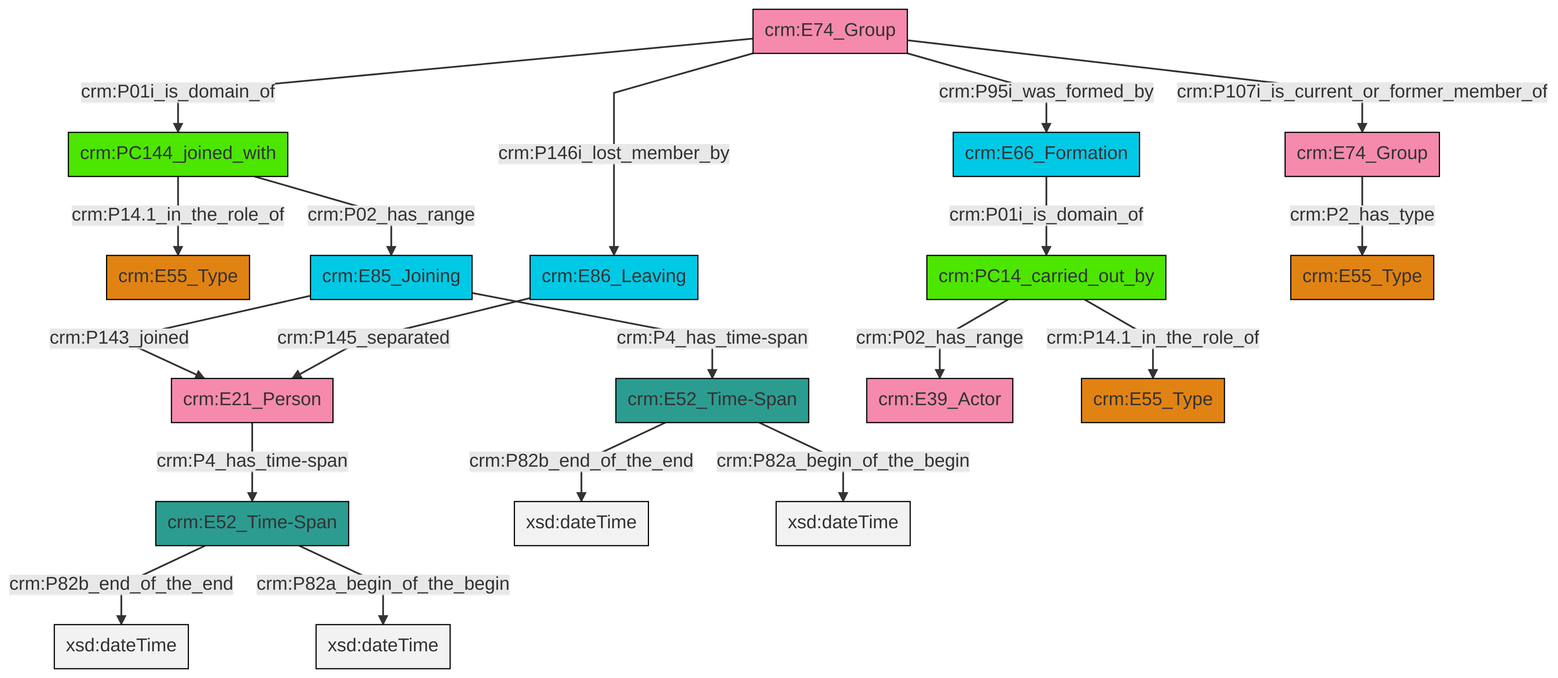
The Mermaid diagram et/groupCSV/ttl/mmd/png/group_actor_relations.png in swiss-art-research-net/docs.swissartresearch, before a commit. Its source is kept beside it as et/groupCSV/ttl/mmd/group_actor_relations.ttl.mmd. The source it was exported from:
```mermaid
graph TD
classDef Literal fill:#f2f2f2,stroke:#000000;
classDef CRM_Entity fill:#FFFFFF,stroke:#000000;
classDef Temporal_Entity fill:#00C9E6, stroke:#000000;
classDef Type fill:#E18312, stroke:#000000;
classDef Time-Span fill:#2C9C91, stroke:#000000;
classDef Appellation fill:#FFEB7F, stroke:#000000;
classDef Place fill:#008836, stroke:#000000;
classDef Persistent_Item fill:#B266B2, stroke:#000000;
classDef Conceptual_Object fill:#FFD700, stroke:#000000;
classDef Physical_Thing fill:#D2B48C, stroke:#000000;
classDef Actor fill:#f58aad, stroke:#000000;
classDef PC_Classes fill:#4ce600, stroke:#000000;
classDef Multi fill:#cccccc,stroke:#000000;

2["crm:E52_Time-Span"]:::Time-Span -->|crm:P82b_end_of_the_end| 3[xsd:dateTime]:::Literal
4["crm:PC144_joined_with"]:::PC_Classes -->|crm:P14.1_in_the_role_of| 5["crm:E55_Type"]:::Type
7["crm:E74_Group"]:::Actor -->|crm:P01i_is_domain_of| 4["crm:PC144_joined_with"]:::PC_Classes
2["crm:E52_Time-Span"]:::Time-Span -->|crm:P82a_begin_of_the_begin| 8[xsd:dateTime]:::Literal
4["crm:PC144_joined_with"]:::PC_Classes -->|crm:P02_has_range| 12["crm:E85_Joining"]:::Temporal_Entity
7["crm:E74_Group"]:::Actor -->|crm:P146i_lost_member_by| 16["crm:E86_Leaving"]:::Temporal_Entity
19["crm:PC14_carried_out_by"]:::PC_Classes -->|crm:P02_has_range| 20["crm:E39_Actor"]:::Actor
14["crm:E21_Person"]:::Actor -->|crm:P4_has_time-span| 2["crm:E52_Time-Span"]:::Time-Span
7["crm:E74_Group"]:::Actor -->|crm:P95i_was_formed_by| 21["crm:E66_Formation"]:::Temporal_Entity
12["crm:E85_Joining"]:::Temporal_Entity -->|crm:P143_joined| 14["crm:E21_Person"]:::Actor
7["crm:E74_Group"]:::Actor -->|crm:P107i_is_current_or_former_member_of| 9["crm:E74_Group"]:::Actor
21["crm:E66_Formation"]:::Temporal_Entity -->|crm:P01i_is_domain_of| 19["crm:PC14_carried_out_by"]:::PC_Classes
12["crm:E85_Joining"]:::Temporal_Entity -->|crm:P4_has_time-span| 0["crm:E52_Time-Span"]:::Time-Span
0["crm:E52_Time-Span"]:::Time-Span -->|crm:P82b_end_of_the_end| 32[xsd:dateTime]:::Literal
16["crm:E86_Leaving"]:::Temporal_Entity -->|crm:P145_separated| 14["crm:E21_Person"]:::Actor
0["crm:E52_Time-Span"]:::Time-Span -->|crm:P82a_begin_of_the_begin| 34[xsd:dateTime]:::Literal
9["crm:E74_Group"]:::Actor -->|crm:P2_has_type| 22["crm:E55_Type"]:::Type
19["crm:PC14_carried_out_by"]:::PC_Classes -->|crm:P14.1_in_the_role_of| 27["crm:E55_Type"]:::Type
```
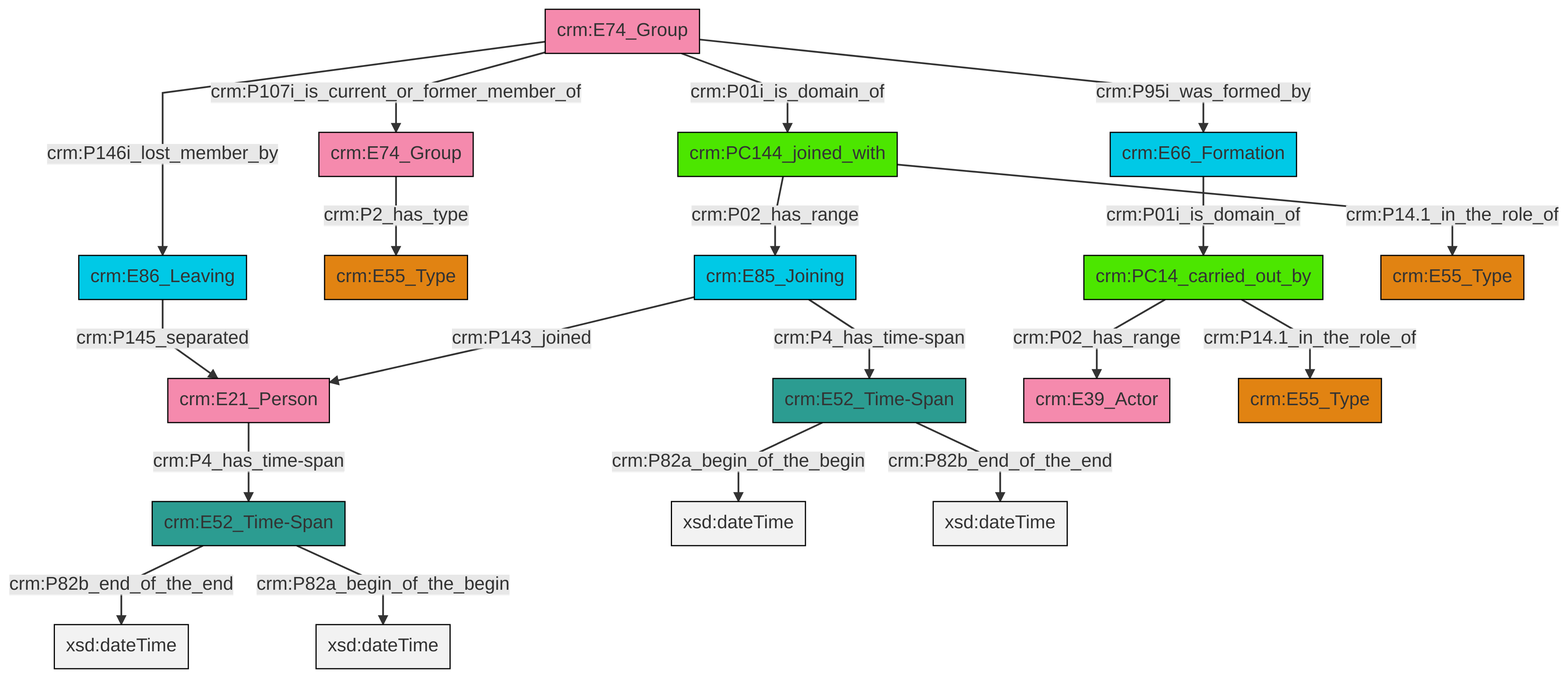
After the commit.

What changed in the source:
```diff
@@ -13,21 +13,21 @@
 classDef PC_Classes fill:#4ce600, stroke:#000000;
 classDef Multi fill:#cccccc,stroke:#000000;
 
-2["crm:E52_Time-Span"]:::Time-Span -->|crm:P82b_end_of_the_end| 3[xsd:dateTime]:::Literal
-4["crm:PC144_joined_with"]:::PC_Classes -->|crm:P14.1_in_the_role_of| 5["crm:E55_Type"]:::Type
-7["crm:E74_Group"]:::Actor -->|crm:P01i_is_domain_of| 4["crm:PC144_joined_with"]:::PC_Classes
-2["crm:E52_Time-Span"]:::Time-Span -->|crm:P82a_begin_of_the_begin| 8[xsd:dateTime]:::Literal
-4["crm:PC144_joined_with"]:::PC_Classes -->|crm:P02_has_range| 12["crm:E85_Joining"]:::Temporal_Entity
-7["crm:E74_Group"]:::Actor -->|crm:P146i_lost_member_by| 16["crm:E86_Leaving"]:::Temporal_Entity
-19["crm:PC14_carried_out_by"]:::PC_Classes -->|crm:P02_has_range| 20["crm:E39_Actor"]:::Actor
-14["crm:E21_Person"]:::Actor -->|crm:P4_has_time-span| 2["crm:E52_Time-Span"]:::Time-Span
-7["crm:E74_Group"]:::Actor -->|crm:P95i_was_formed_by| 21["crm:E66_Formation"]:::Temporal_Entity
-12["crm:E85_Joining"]:::Temporal_Entity -->|crm:P143_joined| 14["crm:E21_Person"]:::Actor
-7["crm:E74_Group"]:::Actor -->|crm:P107i_is_current_or_former_member_of| 9["crm:E74_Group"]:::Actor
-21["crm:E66_Formation"]:::Temporal_Entity -->|crm:P01i_is_domain_of| 19["crm:PC14_carried_out_by"]:::PC_Classes
-12["crm:E85_Joining"]:::Temporal_Entity -->|crm:P4_has_time-span| 0["crm:E52_Time-Span"]:::Time-Span
-0["crm:E52_Time-Span"]:::Time-Span -->|crm:P82b_end_of_the_end| 32[xsd:dateTime]:::Literal
-16["crm:E86_Leaving"]:::Temporal_Entity -->|crm:P145_separated| 14["crm:E21_Person"]:::Actor
-0["crm:E52_Time-Span"]:::Time-Span -->|crm:P82a_begin_of_the_begin| 34[xsd:dateTime]:::Literal
-9["crm:E74_Group"]:::Actor -->|crm:P2_has_type| 22["crm:E55_Type"]:::Type
-19["crm:PC14_carried_out_by"]:::PC_Classes -->|crm:P14.1_in_the_role_of| 27["crm:E55_Type"]:::Type
+4["crm:E86_Leaving"]:::Temporal_Entity -->|crm:P145_separated| 5["crm:E21_Person"]:::Actor
+6["crm:E52_Time-Span"]:::Time-Span -->|crm:P82a_begin_of_the_begin| 7[xsd:dateTime]:::Literal
+10["crm:E74_Group"]:::Actor -->|crm:P2_has_type| 8["crm:E55_Type"]:::Type
+11["crm:E85_Joining"]:::Temporal_Entity -->|crm:P143_joined| 5["crm:E21_Person"]:::Actor
+14["crm:E66_Formation"]:::Temporal_Entity -->|crm:P01i_is_domain_of| 15["crm:PC14_carried_out_by"]:::PC_Classes
+17["crm:E74_Group"]:::Actor -->|crm:P01i_is_domain_of| 0["crm:PC144_joined_with"]:::PC_Classes
+15["crm:PC14_carried_out_by"]:::PC_Classes -->|crm:P02_has_range| 12["crm:E39_Actor"]:::Actor
+17["crm:E74_Group"]:::Actor -->|crm:P146i_lost_member_by| 4["crm:E86_Leaving"]:::Temporal_Entity
+11["crm:E85_Joining"]:::Temporal_Entity -->|crm:P4_has_time-span| 6["crm:E52_Time-Span"]:::Time-Span
+17["crm:E74_Group"]:::Actor -->|crm:P107i_is_current_or_former_member_of| 10["crm:E74_Group"]:::Actor
+2["crm:E52_Time-Span"]:::Time-Span -->|crm:P82b_end_of_the_end| 26[xsd:dateTime]:::Literal
+2["crm:E52_Time-Span"]:::Time-Span -->|crm:P82a_begin_of_the_begin| 27[xsd:dateTime]:::Literal
+15["crm:PC14_carried_out_by"]:::PC_Classes -->|crm:P14.1_in_the_role_of| 20["crm:E55_Type"]:::Type
+17["crm:E74_Group"]:::Actor -->|crm:P95i_was_formed_by| 14["crm:E66_Formation"]:::Temporal_Entity
+5["crm:E21_Person"]:::Actor -->|crm:P4_has_time-span| 2["crm:E52_Time-Span"]:::Time-Span
+0["crm:PC144_joined_with"]:::PC_Classes -->|crm:P02_has_range| 11["crm:E85_Joining"]:::Temporal_Entity
+0["crm:PC144_joined_with"]:::PC_Classes -->|crm:P14.1_in_the_role_of| 22["crm:E55_Type"]:::Type
+6["crm:E52_Time-Span"]:::Time-Span -->|crm:P82b_end_of_the_end| 34[xsd:dateTime]:::Literal
```
